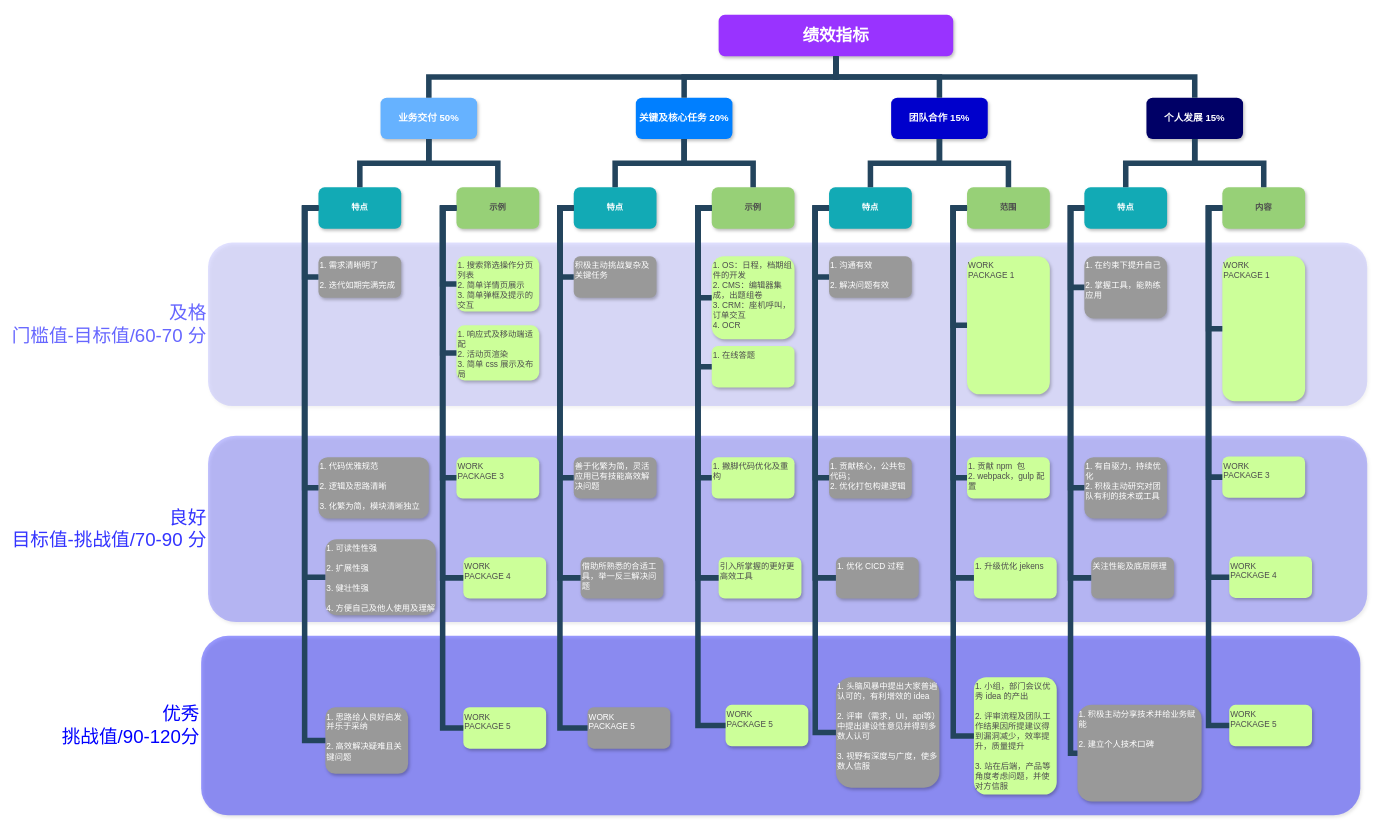
Earlier version of the draw.io diagram work/效率与质量维度.drawio (yanlee26/drawings). Source tidied: cells renumbered, new cells numbered last; positions are measured from the earlier drawing's top-left corner, leaving out a move shared by most shapes. Both pictures are drawn from the tidied source at 69%, with x=0, y=0 at pixel (201, 14).
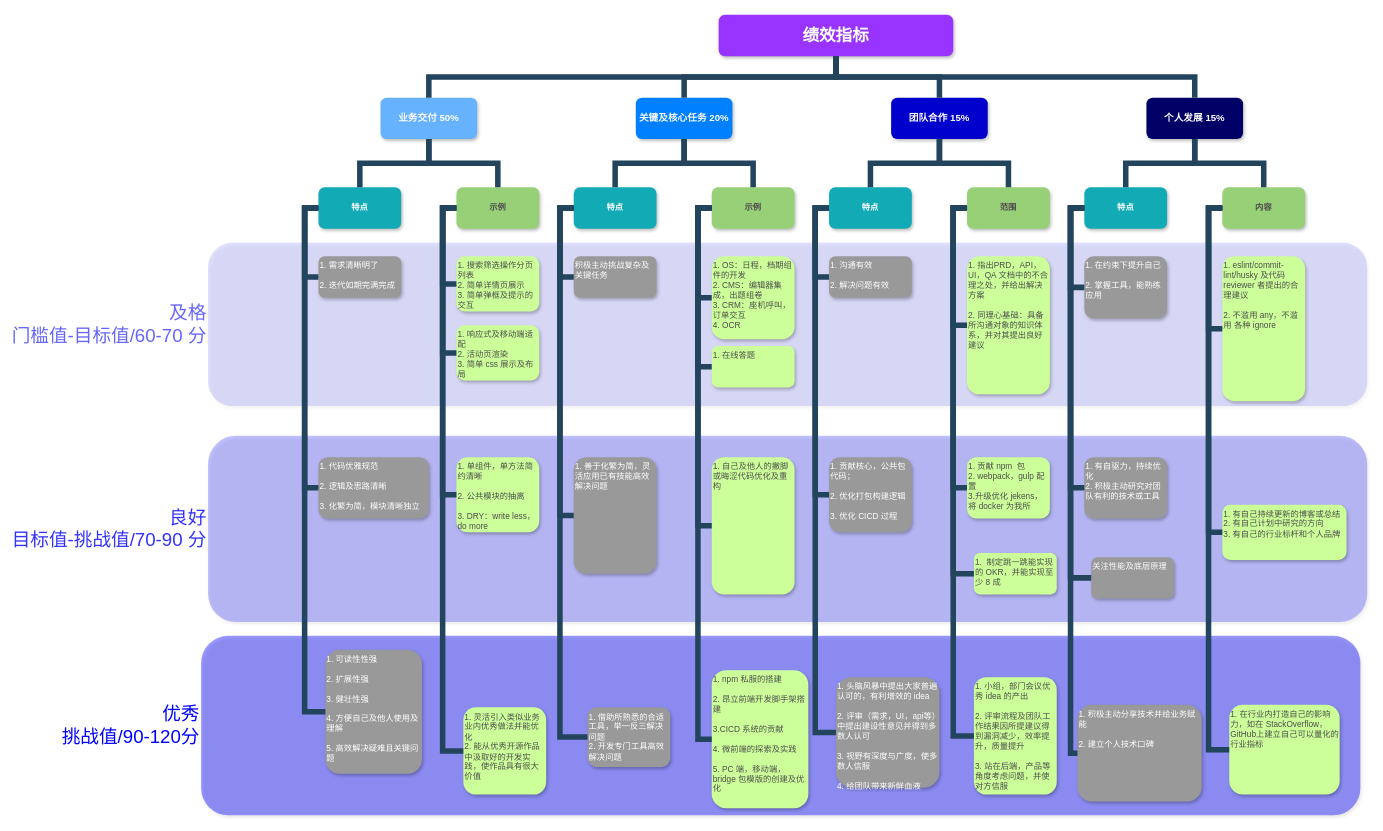
After the change.

Unchanged cells that the change refers to:
```xml
<mxCell id="10" value="特点" style="whiteSpace=wrap;rounded=1;fillColor=#12AAB5;strokeColor=none;shadow=1;fontColor=#FFFFFF;fontStyle=1;" parent="1" vertex="1">
  <mxGeometry x="170" y="250" width="120" height="60" as="geometry" />
</mxCell>
<mxCell id="11" value="示例" style="whiteSpace=wrap;rounded=1;strokeColor=none;shadow=1;fontColor=#4D4D4D;fontStyle=1;fillColor=#97D077;" parent="1" vertex="1">
  <mxGeometry x="370" y="250" width="120" height="60" as="geometry" />
</mxCell>
<mxCell id="20" value="特点" style="whiteSpace=wrap;rounded=1;fillColor=#12AAB5;strokeColor=none;shadow=1;fontColor=#FFFFFF;fontStyle=1;" parent="1" vertex="1">
  <mxGeometry x="540" y="250" width="120" height="60" as="geometry" />
</mxCell>
<mxCell id="21" value="示例" style="whiteSpace=wrap;rounded=1;strokeColor=none;shadow=1;fontColor=#4D4D4D;fontStyle=1;fillColor=#97D077;" parent="1" vertex="1">
  <mxGeometry x="740" y="250" width="120" height="60" as="geometry" />
</mxCell>
<mxCell id="50" value="特点" style="whiteSpace=wrap;rounded=1;fillColor=#12AAB5;strokeColor=none;shadow=1;fontColor=#FFFFFF;fontStyle=1;" parent="1" vertex="1">
  <mxGeometry x="910" y="250" width="120" height="60" as="geometry" />
</mxCell>
<mxCell id="69" value="内容" style="whiteSpace=wrap;rounded=1;strokeColor=none;shadow=1;fontStyle=1;fontColor=#4D4D4D;fillColor=#97D077;" parent="1" vertex="1">
  <mxGeometry x="1480" y="250" width="120" height="60" as="geometry" />
</mxCell>
```

The edit, as a diff of the source:
```diff
@@
-    <mxCell id="14" value="1. 可读性性强&#10;&#10;2. 扩展性强&#10;&#10;3. 健壮性强&#10;&#10;4. 方便自己及他人使用及理解" style="whiteSpace=wrap;rounded=1;fillColor=#999999;strokeColor=none;shadow=1;fontColor=#FFFFFF;fontStyle=0;verticalAlign=top;align=left;" parent="1" vertex="1">
-      <mxGeometry x="180" y="760" width="160" height="110" as="geometry" />
-    </mxCell>
-    <mxCell id="15" value="1. 思路给人良好启发并乐于采纳&#10;&#10;2. 高效解决疑难且关键问题" style="whiteSpace=wrap;rounded=1;fillColor=#999999;strokeColor=none;shadow=1;fontColor=#FFFFFF;fontStyle=0;verticalAlign=top;align=left;" parent="1" vertex="1">
-      <mxGeometry x="180" y="1003.5" width="120" height="96.5" as="geometry" />
+    <mxCell id="15" value="1. 可读性性强&#10;&#10;2. 扩展性强&#10;&#10;3. 健壮性强&#10;&#10;4. 方便自己及他人使用及理解&#10;&#10;5. 高效解决疑难且关键问题&#10;&#10;" style="whiteSpace=wrap;rounded=1;fillColor=#999999;strokeColor=none;shadow=1;fontColor=#FFFFFF;fontStyle=0;verticalAlign=top;align=left;" parent="1" vertex="1">
+      <mxGeometry x="180" y="920" width="140" height="180" as="geometry" />
     </mxCell>
@@
-    <mxCell id="17" value="WORK&#10;PACKAGE 3" style="whiteSpace=wrap;rounded=1;strokeColor=none;shadow=1;fontStyle=0;fillColor=#CCFF99;fontColor=#4D4D4D;verticalAlign=top;align=left;" parent="1" vertex="1">
-      <mxGeometry x="370" y="641" width="120" height="60" as="geometry" />
+    <mxCell id="17" value="1. 单组件，单方法简约清晰&#10;&#10;2. 公共模块的抽离&#10;&#10;3. DRY：write less，do more" style="whiteSpace=wrap;rounded=1;strokeColor=none;shadow=1;fontStyle=0;fillColor=#CCFF99;fontColor=#4D4D4D;verticalAlign=top;align=left;" parent="1" vertex="1">
+      <mxGeometry x="370" y="641" width="120" height="109" as="geometry" />
     </mxCell>
-    <mxCell id="18" value="WORK&#10;PACKAGE 4" style="whiteSpace=wrap;rounded=1;strokeColor=none;shadow=1;fontStyle=0;fillColor=#CCFF99;fontColor=#4D4D4D;verticalAlign=top;align=left;" parent="1" vertex="1">
-      <mxGeometry x="380" y="786" width="120" height="60" as="geometry" />
-    </mxCell>
-    <mxCell id="19" value="WORK&#10;PACKAGE 5" style="whiteSpace=wrap;rounded=1;strokeColor=none;shadow=1;fontStyle=0;fillColor=#CCFF99;fontColor=#4D4D4D;verticalAlign=top;align=left;" parent="1" vertex="1">
-      <mxGeometry x="380" y="1003.5" width="120" height="60" as="geometry" />
+    <mxCell id="19" value="1. 灵活引入类似业务业内优秀做法并能优化&#10;2. 能从优秀开源作品中汲取好的开发实践，使作品具有很大价值" style="whiteSpace=wrap;rounded=1;strokeColor=none;shadow=1;fontStyle=0;fillColor=#CCFF99;fontColor=#4D4D4D;verticalAlign=top;align=left;" parent="1" vertex="1">
+      <mxGeometry x="380" y="1003.5" width="120" height="126.5" as="geometry" />
     </mxCell>
@@
-    <mxCell id="23" value="善于化繁为简，灵活应用已有技能高效解决问题" style="whiteSpace=wrap;rounded=1;fillColor=#999999;strokeColor=none;shadow=1;fontColor=#FFFFFF;fontStyle=0;verticalAlign=top;align=left;" parent="1" vertex="1">
-      <mxGeometry x="540" y="641" width="120" height="60" as="geometry" />
+    <mxCell id="23" value="1. 善于化繁为简，灵活应用已有技能高效解决问题" style="whiteSpace=wrap;rounded=1;fillColor=#999999;strokeColor=none;shadow=1;fontColor=#FFFFFF;fontStyle=0;verticalAlign=top;align=left;" parent="1" vertex="1">
+      <mxGeometry x="540" y="641" width="120" height="169" as="geometry" />
     </mxCell>
-    <mxCell id="24" value="借助所熟悉的合适工具，举一反三解决问题" style="whiteSpace=wrap;rounded=1;fillColor=#999999;strokeColor=none;shadow=1;fontColor=#FFFFFF;fontStyle=0;verticalAlign=top;align=left;" parent="1" vertex="1">
-      <mxGeometry x="550" y="786" width="120" height="60" as="geometry" />
-    </mxCell>
-    <mxCell id="25" value="WORK&#10;PACKAGE 5" style="whiteSpace=wrap;rounded=1;fillColor=#999999;strokeColor=none;shadow=1;fontColor=#FFFFFF;fontStyle=0;verticalAlign=top;align=left;" parent="1" vertex="1">
-      <mxGeometry x="560" y="1003.5" width="120" height="60" as="geometry" />
+    <mxCell id="25" value="1. 借助所熟悉的合适工具，举一反三解决问题&#10;2. 开发专门工具高效解决问题" style="whiteSpace=wrap;rounded=1;fillColor=#999999;strokeColor=none;shadow=1;fontColor=#FFFFFF;fontStyle=0;verticalAlign=top;align=left;" parent="1" vertex="1">
+      <mxGeometry x="560" y="1003.5" width="120" height="86.5" as="geometry" />
     </mxCell>
@@
-    <mxCell id="27" value="1. 撇脚代码优化及重构&#10;" style="whiteSpace=wrap;rounded=1;strokeColor=none;shadow=1;fontStyle=0;fillColor=#CCFF99;fontColor=#4D4D4D;verticalAlign=top;align=left;" parent="1" vertex="1">
-      <mxGeometry x="740" y="641" width="120" height="60" as="geometry" />
+    <mxCell id="27" value="1. 自己及他人的撇脚或晦涩代码优化及重构&#10;" style="whiteSpace=wrap;rounded=1;strokeColor=none;shadow=1;fontStyle=0;fillColor=#CCFF99;fontColor=#4D4D4D;verticalAlign=top;align=left;" parent="1" vertex="1">
+      <mxGeometry x="740" y="641" width="120" height="199" as="geometry" />
     </mxCell>
-    <mxCell id="28" value="引入所掌握的更好更高效工具" style="whiteSpace=wrap;rounded=1;strokeColor=none;shadow=1;fontStyle=0;fillColor=#CCFF99;fontColor=#4D4D4D;verticalAlign=top;align=left;" parent="1" vertex="1">
-      <mxGeometry x="750" y="786" width="120" height="60" as="geometry" />
-    </mxCell>
-    <mxCell id="29" value="WORK&#10;PACKAGE 5" style="whiteSpace=wrap;rounded=1;strokeColor=none;shadow=1;fontStyle=0;fillColor=#CCFF99;fontColor=#4D4D4D;verticalAlign=top;align=left;" parent="1" vertex="1">
-      <mxGeometry x="760" y="1000" width="120" height="60" as="geometry" />
+    <mxCell id="29" value="1. npm 私服的搭建&#10;&#10;2. 昂立前端开发脚手架搭建&#10;&#10;3.CICD 系统的贡献&#10;&#10;4. 微前端的探索及实践&#10;&#10;5. PC 端，移动端，bridge 包模版的创建及优化" style="whiteSpace=wrap;rounded=1;strokeColor=none;shadow=1;fontStyle=0;fillColor=#CCFF99;fontColor=#4D4D4D;verticalAlign=top;align=left;" parent="1" vertex="1">
+      <mxGeometry x="740" y="950" width="140" height="200" as="geometry" />
     </mxCell>
@@
-    <mxCell id="34" style="edgeStyle=elbowEdgeStyle;elbow=horizontal;rounded=0;fontColor=#000000;endArrow=none;endFill=0;strokeWidth=8;strokeColor=#23445D;" parent="1" edge="1" source="10" target="14">
-      <mxGeometry relative="1" as="geometry">
-        <Array as="points">
-          <mxPoint x="150" y="360" />
-        </Array>
-      </mxGeometry>
-    </mxCell>
@@
-    <mxCell id="38" style="edgeStyle=elbowEdgeStyle;elbow=horizontal;rounded=0;fontColor=#000000;endArrow=none;endFill=0;strokeWidth=8;strokeColor=#23445D;" parent="1" edge="1" source="11" target="18">
-      <mxGeometry relative="1" as="geometry">
-        <Array as="points">
-          <mxPoint x="350" y="450" />
-        </Array>
-      </mxGeometry>
-    </mxCell>
@@
-    <mxCell id="44" style="edgeStyle=elbowEdgeStyle;elbow=horizontal;rounded=0;fontColor=#000000;endArrow=none;endFill=0;strokeWidth=8;strokeColor=#23445D;" parent="1" edge="1" source="20" target="24">
-      <mxGeometry relative="1" as="geometry">
-        <Array as="points">
-          <mxPoint x="520" y="450" />
-        </Array>
-      </mxGeometry>
-    </mxCell>
@@
-    <mxCell id="48" style="edgeStyle=elbowEdgeStyle;elbow=horizontal;rounded=0;fontColor=#000000;endArrow=none;endFill=0;strokeWidth=8;strokeColor=#23445D;" parent="1" edge="1" source="21" target="28">
-      <mxGeometry relative="1" as="geometry">
-        <Array as="points">
-          <mxPoint x="720" y="450" />
-        </Array>
-      </mxGeometry>
-    </mxCell>
@@
-    <mxCell id="53" value="1. 贡献核心，公共包代码；&#10;2. 优化打包构建逻辑" style="whiteSpace=wrap;rounded=1;fillColor=#999999;strokeColor=none;shadow=1;fontColor=#FFFFFF;fontStyle=0;verticalAlign=top;align=left;" parent="1" vertex="1">
-      <mxGeometry x="910" y="641" width="120" height="60" as="geometry" />
+    <mxCell id="53" value="1. 贡献核心，公共包代码；&#10;&#10;2. 优化打包构建逻辑&#10;&#10;3. 优化 CICD 过程" style="whiteSpace=wrap;rounded=1;fillColor=#999999;strokeColor=none;shadow=1;fontColor=#FFFFFF;fontStyle=0;verticalAlign=top;align=left;" parent="1" vertex="1">
+      <mxGeometry x="910" y="641" width="120" height="109" as="geometry" />
     </mxCell>
-    <mxCell id="54" value="1. 优化 CICD 过程" style="whiteSpace=wrap;rounded=1;fillColor=#999999;strokeColor=none;shadow=1;fontColor=#FFFFFF;fontStyle=0;verticalAlign=top;align=left;" parent="1" vertex="1">
-      <mxGeometry x="920" y="786" width="120" height="60" as="geometry" />
-    </mxCell>
-    <mxCell id="55" value="1. 头脑风暴中提出大家普遍认可的，有利增效的 idea&#10;&#10;2. 评审（需求，UI，api等）中提出建设性意见并得到多数人认可&#10;&#10;3. 视野有深度与广度，使多数人信服" style="whiteSpace=wrap;rounded=1;fillColor=#999999;strokeColor=none;shadow=1;fontColor=#FFFFFF;fontStyle=0;verticalAlign=top;align=left;" parent="1" vertex="1">
+    <mxCell id="55" value="1. 头脑风暴中提出大家普遍认可的，有利增效的 idea&#10;&#10;2. 评审（需求，UI，api等）中提出建设性意见并得到多数人认可&#10;&#10;3. 视野有深度与广度，使多数人信服&#10;&#10;4. 给团队带来新鲜血液" style="whiteSpace=wrap;rounded=1;fillColor=#999999;strokeColor=none;shadow=1;fontColor=#FFFFFF;fontStyle=0;verticalAlign=top;align=left;" parent="1" vertex="1">
       <mxGeometry x="920" y="960" width="150" height="160" as="geometry" />
     </mxCell>
-    <mxCell id="56" value="WORK&#10;PACKAGE 1" style="whiteSpace=wrap;rounded=1;strokeColor=none;shadow=1;fontStyle=0;fontColor=#4D4D4D;fillColor=#CCFF99;verticalAlign=top;align=left;" parent="1" vertex="1">
+    <mxCell id="56" value="1. 指出PRD，API，UI，QA 文档中的不合理之处，并给出解决方案&#10;&#10;2. 同理心基础：具备所沟通对象的知识体系，并对其提出良好建议 " style="whiteSpace=wrap;rounded=1;strokeColor=none;shadow=1;fontStyle=0;fontColor=#4D4D4D;fillColor=#CCFF99;verticalAlign=top;align=left;" parent="1" vertex="1">
       <mxGeometry x="1110" y="350" width="120" height="200" as="geometry" />
     </mxCell>
-    <mxCell id="57" value="1. 贡献 npm  包&#10;2. webpack，gulp 配置" style="whiteSpace=wrap;rounded=1;strokeColor=none;shadow=1;fontStyle=0;fontColor=#4D4D4D;fillColor=#CCFF99;verticalAlign=top;align=left;" parent="1" vertex="1">
-      <mxGeometry x="1110" y="641" width="120" height="60" as="geometry" />
+    <mxCell id="57" value="1. 贡献 npm  包&#10;2. webpack，gulp 配置&#10;3.升级优化 jekens，&#10;将 docker 为我所" style="whiteSpace=wrap;rounded=1;strokeColor=none;shadow=1;fontStyle=0;fontColor=#4D4D4D;fillColor=#CCFF99;verticalAlign=top;align=left;" parent="1" vertex="1">
+      <mxGeometry x="1110" y="641" width="120" height="89" as="geometry" />
     </mxCell>
-    <mxCell id="58" value="1. 升级优化 jekens " style="whiteSpace=wrap;rounded=1;strokeColor=none;shadow=1;fontStyle=0;fontColor=#4D4D4D;fillColor=#CCFF99;verticalAlign=top;align=left;" parent="1" vertex="1">
-      <mxGeometry x="1120" y="786" width="120" height="60" as="geometry" />
+    <mxCell id="58" value="1.  制定跳一跳能实现的 OKR，并能实现至少 8 成" style="whiteSpace=wrap;rounded=1;strokeColor=none;shadow=1;fontStyle=0;fontColor=#4D4D4D;fillColor=#CCFF99;verticalAlign=top;align=left;" parent="1" vertex="1">
+      <mxGeometry x="1120" y="780" width="120" height="60" as="geometry" />
     </mxCell>
@@
-    <mxCell id="62" style="edgeStyle=elbowEdgeStyle;elbow=horizontal;rounded=0;fontColor=#000000;endArrow=none;endFill=0;strokeWidth=8;strokeColor=#23445D;" parent="1" edge="1" source="50" target="54">
-      <mxGeometry relative="1" as="geometry">
-        <Array as="points">
-          <mxPoint x="890" y="450" />
-        </Array>
-      </mxGeometry>
-    </mxCell>
@@
-    <mxCell id="74" value="WORK&#10;PACKAGE 1" style="whiteSpace=wrap;rounded=1;strokeColor=none;shadow=1;fontStyle=0;fontColor=#4D4D4D;fillColor=#CCFF99;verticalAlign=top;align=left;" parent="1" vertex="1">
+    <mxCell id="74" value="1. eslint/commit-lint/husky 及代码 reviewer 者提出的合理建议&#10;&#10;2. 不滥用 any，不滥用 各种 ignore" style="whiteSpace=wrap;rounded=1;strokeColor=none;shadow=1;fontStyle=0;fontColor=#4D4D4D;fillColor=#CCFF99;verticalAlign=top;align=left;" parent="1" vertex="1">
       <mxGeometry x="1480" y="350" width="120" height="210" as="geometry" />
     </mxCell>
-    <mxCell id="75" value="WORK&#10;PACKAGE 3" style="whiteSpace=wrap;rounded=1;strokeColor=none;shadow=1;fontStyle=0;fontColor=#4D4D4D;fillColor=#CCFF99;verticalAlign=top;align=left;" parent="1" vertex="1">
-      <mxGeometry x="1480" y="640" width="120" height="60" as="geometry" />
+    <mxCell id="75" value="1. 有自己持续更新的博客或总结&#10;2. 有自己计划中研究的方向&#10;3. 有自己的行业标杆和个人品牌" style="whiteSpace=wrap;rounded=1;strokeColor=none;shadow=1;fontStyle=0;fontColor=#4D4D4D;fillColor=#CCFF99;verticalAlign=top;align=left;" parent="1" vertex="1">
+      <mxGeometry x="1480" y="710" width="180" height="80" as="geometry" />
     </mxCell>
-    <mxCell id="76" value="WORK&#10;PACKAGE 4" style="whiteSpace=wrap;rounded=1;strokeColor=none;shadow=1;fontStyle=0;fontColor=#4D4D4D;fillColor=#CCFF99;verticalAlign=top;align=left;" parent="1" vertex="1">
-      <mxGeometry x="1490" y="785" width="120" height="60" as="geometry" />
-    </mxCell>
-    <mxCell id="77" value="WORK&#10;PACKAGE 5" style="whiteSpace=wrap;rounded=1;strokeColor=none;shadow=1;fontStyle=0;fontColor=#4D4D4D;fillColor=#CCFF99;verticalAlign=top;align=left;" parent="1" vertex="1">
-      <mxGeometry x="1490" y="1000" width="120" height="60" as="geometry" />
+    <mxCell id="77" value="1. 在行业内打造自己的影响力，如在 StackOverflow，GitHub上建立自己可以量化的行业指标" style="whiteSpace=wrap;rounded=1;strokeColor=none;shadow=1;fontStyle=0;fontColor=#4D4D4D;fillColor=#CCFF99;verticalAlign=top;align=left;" parent="1" vertex="1">
+      <mxGeometry x="1490" y="1000" width="160" height="130" as="geometry" />
     </mxCell>
@@
-    <mxCell id="84" style="edgeStyle=elbowEdgeStyle;elbow=horizontal;rounded=0;fontColor=#000000;endArrow=none;endFill=0;strokeWidth=8;strokeColor=#23445D;" parent="1" edge="1" source="69" target="76">
-      <mxGeometry relative="1" as="geometry">
-        <Array as="points">
-          <mxPoint x="1460" y="450" />
-        </Array>
-      </mxGeometry>
-    </mxCell>
```
